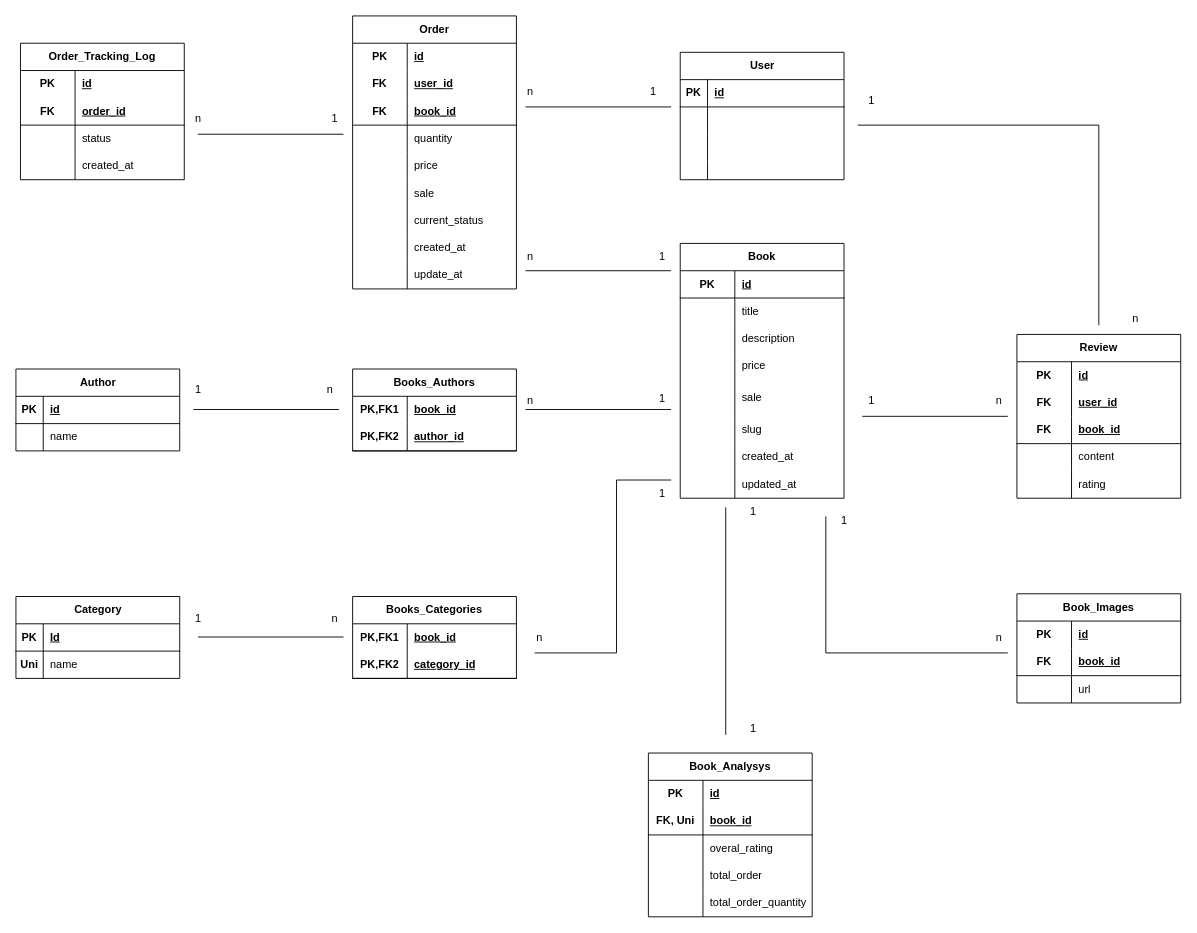
This is page "Database schema" (3 of 3) of document/document.drawio from khanhprolazay/-NashTech--BookStore, a draw.io file, before an edit. Source tidied: cells renumbered, new cells numbered last; positions are measured from the earlier drawing's top-left corner, leaving out a move shared by most shapes. Both pictures are drawn from the tidied source at 91%, with x=0, y=0 at pixel (15, 15).
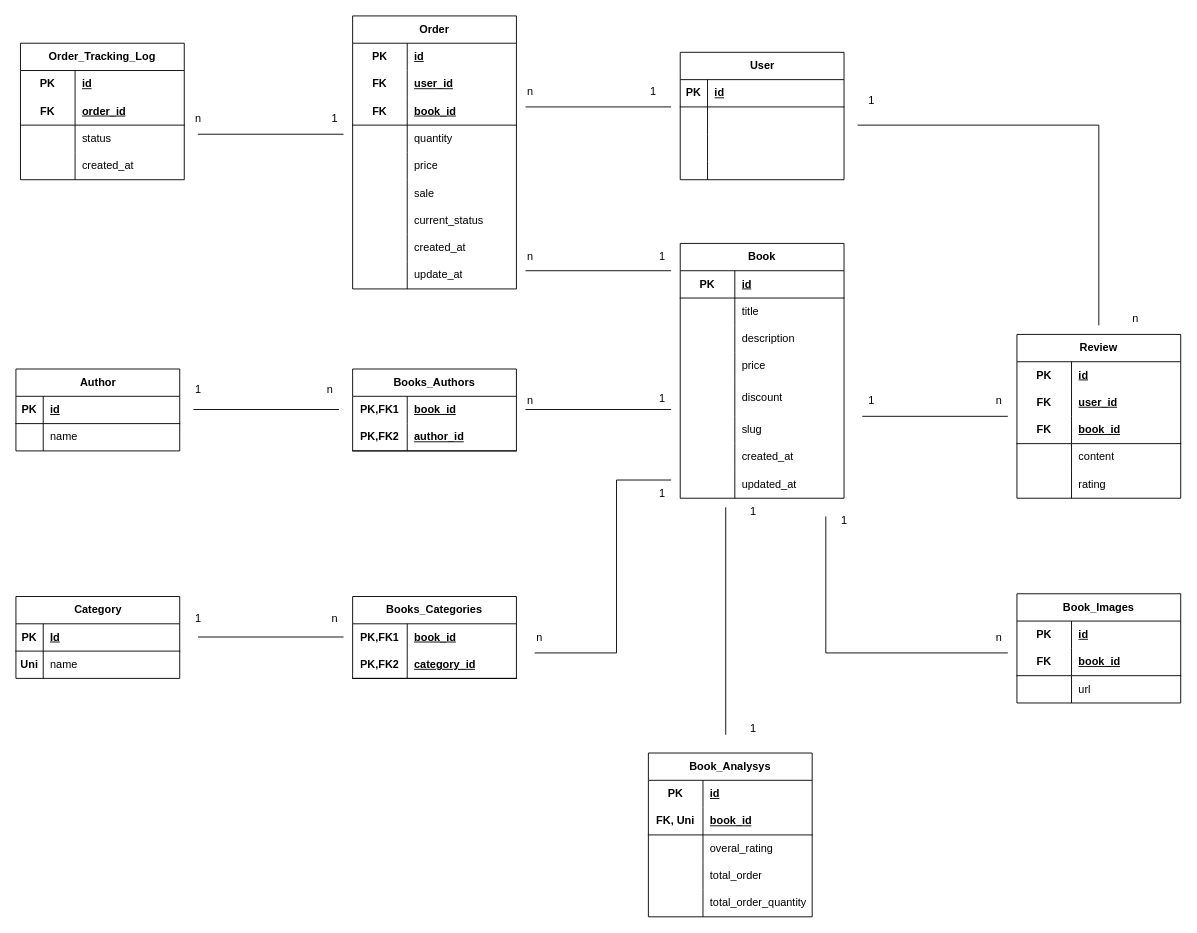
Above is the later version.

Unchanged cells that the change refers to:
```xml
<mxCell id="28" style="shape=tableRow;horizontal=0;startSize=0;swimlaneHead=0;swimlaneBody=0;fillColor=none;top=0;left=0;right=0;bottom=0;html=1;" parent="15" vertex="1">
  <mxGeometry y="150" width="180" height="40" as="geometry" />
</mxCell>
```

What changed in the source:
```diff
@@
-    <mxCell id="30" value="sale" style="shape=partialRectangle;fillColor=none;top=0;left=0;bottom=0;right=0;align=left;spacingLeft=6;overflow=hidden;html=1;whiteSpace=wrap;" parent="28" vertex="1">
+    <mxCell id="30" value="discount" style="shape=partialRectangle;fillColor=none;top=0;left=0;bottom=0;right=0;align=left;spacingLeft=6;overflow=hidden;html=1;whiteSpace=wrap;" parent="28" vertex="1">
       <mxGeometry x="60" width="120" height="40" as="geometry" />
     </mxCell>
```
